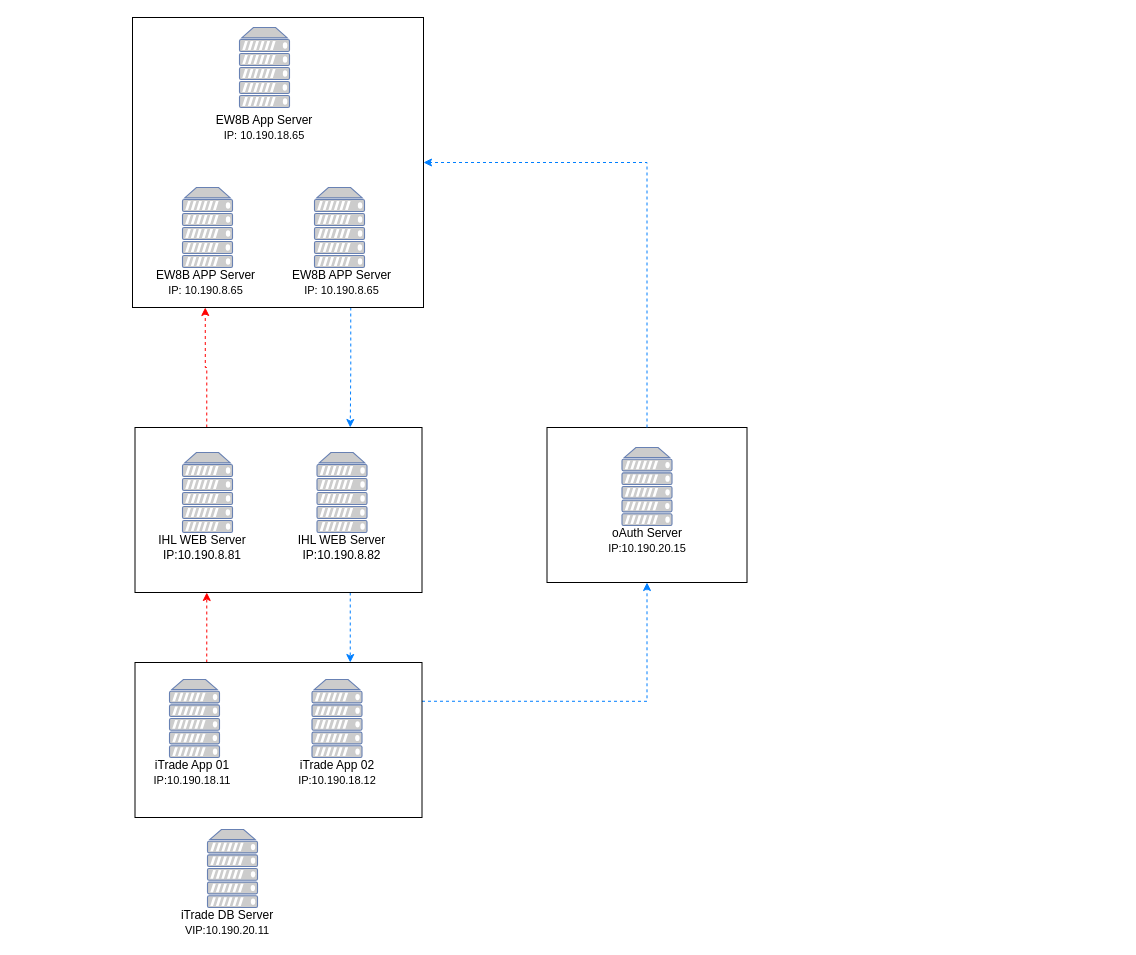
The draw.io diagram NW Diagram.drawio in myomyo/branch, before the edit. Source tidied: cells renumbered, new cells numbered last; positions are measured from the earlier drawing's top-left corner, leaving out a move shared by most shapes. Both pictures are drawn from the tidied source at 100%, with x=0, y=0 at pixel (132, 17).
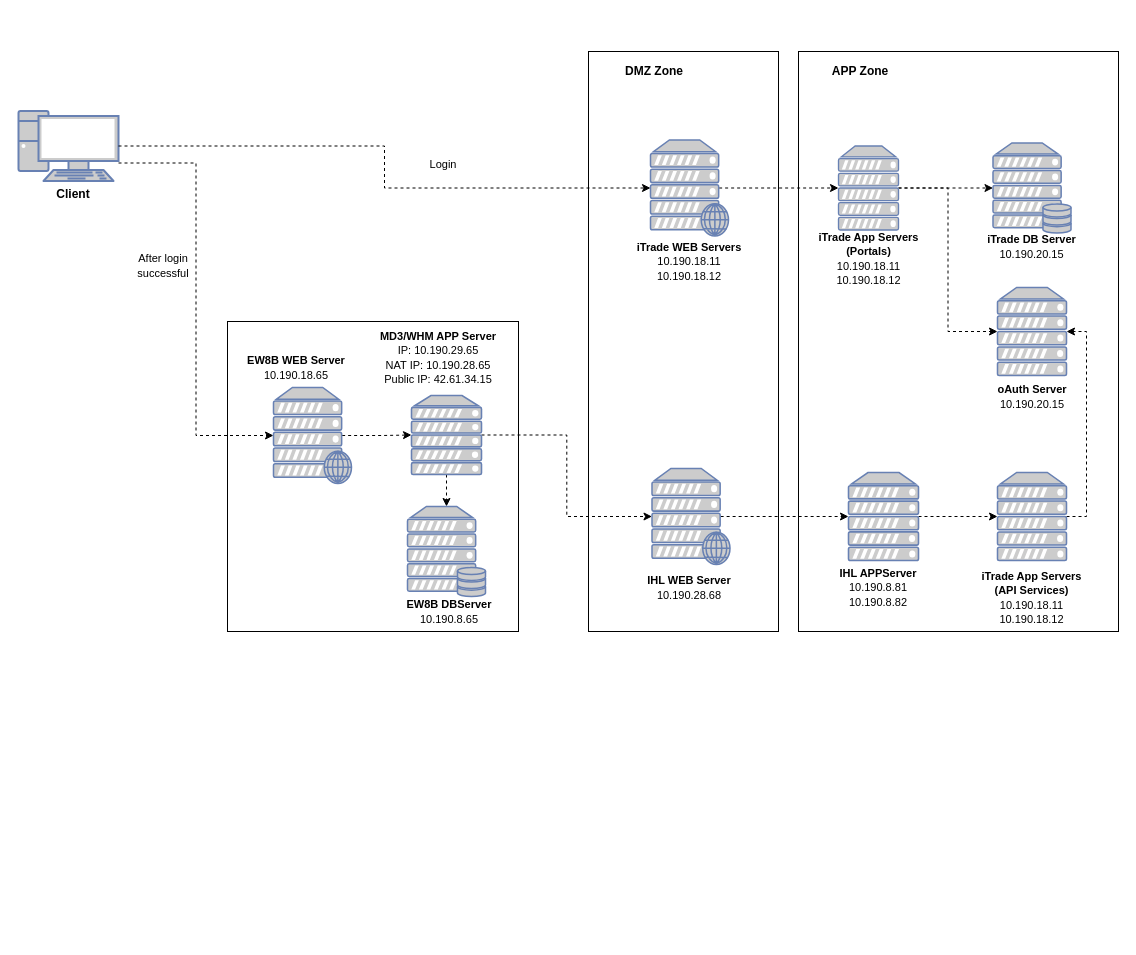
The same page after the edit.

What changed in the source:
```diff
@@
-    <mxCell id="2" style="edgeStyle=orthogonalEdgeStyle;rounded=0;jettySize=auto;html=1;exitX=0.75;exitY=1;exitDx=0;exitDy=0;entryX=0.75;entryY=0;entryDx=0;entryDy=0;dashed=1;strokeColor=#007FFF;" parent="1" edge="1" source="3" target="6">
-      <mxGeometry relative="1" as="geometry" />
-    </mxCell>
     <mxCell id="3" style="rounded=0;whiteSpace=wrap;html=1;" parent="1" vertex="1">
-      <mxGeometry width="291" height="290" as="geometry" />
+      <mxGeometry x="95" y="304" width="291" height="310" as="geometry" />
     </mxCell>
-    <mxCell id="4" style="edgeStyle=orthogonalEdgeStyle;rounded=0;jettySize=auto;html=1;exitX=0.75;exitY=1;exitDx=0;exitDy=0;strokeColor=#007FFF;dashed=1;entryX=0.75;entryY=0;entryDx=0;entryDy=0;" parent="1" edge="1" source="6" target="9">
-      <mxGeometry relative="1" as="geometry" />
-    </mxCell>
-    <mxCell id="5" style="edgeStyle=orthogonalEdgeStyle;rounded=0;jettySize=auto;html=1;exitX=0.25;exitY=0;exitDx=0;exitDy=0;entryX=0.25;entryY=1;entryDx=0;entryDy=0;dashed=1;strokeColor=#FF0000;" parent="1" edge="1" source="6" target="3">
-      <mxGeometry relative="1" as="geometry" />
-    </mxCell>
-    <mxCell id="6" style="rounded=0;whiteSpace=wrap;html=1;" parent="1" vertex="1">
-      <mxGeometry x="2.5" y="410" width="287" height="165" as="geometry" />
-    </mxCell>
-    <mxCell id="7" style="edgeStyle=orthogonalEdgeStyle;rounded=0;jettySize=auto;html=1;exitX=0.25;exitY=0;exitDx=0;exitDy=0;entryX=0.25;entryY=1;entryDx=0;entryDy=0;dashed=1;strokeColor=#FF0000;" parent="1" edge="1" source="9" target="6">
-      <mxGeometry relative="1" as="geometry" />
-    </mxCell>
-    <mxCell id="8" style="edgeStyle=orthogonalEdgeStyle;rounded=0;jettySize=auto;html=1;exitX=1;exitY=0.25;exitDx=0;exitDy=0;dashed=1;strokeColor=#007FFF;" parent="1" edge="1" source="9" target="20">
-      <mxGeometry relative="1" as="geometry" />
-    </mxCell>
-    <mxCell id="9" style="rounded=0;whiteSpace=wrap;html=1;" parent="1" vertex="1">
-      <mxGeometry x="2.5" y="645" width="287" height="155" as="geometry" />
-    </mxCell>
-    <mxCell id="10" style="fontColor=#0066CC;verticalAlign=top;verticalLabelPosition=bottom;labelPosition=center;align=center;html=1;fillColor=#CCCCCC;strokeColor=#6881B3;gradientColor=none;gradientDirection=north;strokeWidth=2;shape=mxgraph.networks.server;" parent="1" vertex="1">
-      <mxGeometry x="179.5" y="662" width="50" height="78" as="geometry" />
-    </mxCell>
-    <mxCell id="11" value="iTrade DB Server&lt;br&gt;&lt;font style=&quot;font-size: 11px&quot;&gt;VIP:10.190.20.11&lt;/font&gt;" style="text;html=1;strokeColor=none;fillColor=none;align=center;verticalAlign=middle;whiteSpace=wrap;rounded=0;" parent="1" vertex="1">
-      <mxGeometry x="39.5" y="890" width="110" height="30" as="geometry" />
-    </mxCell>
+    <mxCell id="30" style="edgeStyle=orthogonalEdgeStyle;rounded=0;jettySize=auto;html=1;exitX=1;exitY=0.743;exitDx=0;exitDy=0;entryX=0;entryY=0.5;entryDx=0;entryDy=0;entryPerimeter=0;dashed=1;strokeColor=#000000;exitPerimeter=0;" parent="1" edge="1" source="55" target="50">
+      <mxGeometry relative="1" as="geometry" />
+    </mxCell>
+    <mxCell id="31" style="rounded=0;whiteSpace=wrap;html=1;" parent="1" vertex="1">
+      <mxGeometry x="666" y="34" width="320" height="580" as="geometry" />
+    </mxCell>
-    <mxCell id="12" value="iTrade App 01&lt;br&gt;&lt;font style=&quot;font-size: 11px&quot;&gt;IP:10.190.18.11&lt;/font&gt;" style="text;html=1;strokeColor=none;fillColor=none;align=center;verticalAlign=middle;whiteSpace=wrap;rounded=0;" parent="1" vertex="1">
-      <mxGeometry x="14.5" y="740" width="90" height="29" as="geometry" />
+    <mxCell id="12" value="&lt;font style=&quot;font-size: 11px&quot;&gt;&lt;b&gt;iTrade App Servers (Portals)&lt;/b&gt;&lt;/font&gt;&lt;br&gt;&lt;font style=&quot;font-size: 11px&quot;&gt;10.190.18.11&lt;br&gt;10.190.18.12&lt;br&gt;&lt;/font&gt;" style="text;html=1;strokeColor=none;fillColor=none;align=center;verticalAlign=middle;whiteSpace=wrap;rounded=0;" parent="1" vertex="1">
+      <mxGeometry x="683.5" y="214" width="105" height="54" as="geometry" />
     </mxCell>
-    <mxCell id="13" style="fontColor=#0066CC;verticalAlign=top;verticalLabelPosition=bottom;labelPosition=center;align=center;html=1;fillColor=#CCCCCC;strokeColor=#6881B3;gradientColor=none;gradientDirection=north;strokeWidth=2;shape=mxgraph.networks.server;" parent="1" vertex="1">
-      <mxGeometry x="50" y="435" width="50" height="80" as="geometry" />
-    </mxCell>
-    <mxCell id="14" value="IHL WEB Server&lt;br&gt;IP:10.190.8.81" style="text;html=1;strokeColor=none;fillColor=none;align=center;verticalAlign=middle;whiteSpace=wrap;rounded=0;" parent="1" vertex="1">
-      <mxGeometry x="19.5" y="515" width="100" height="30" as="geometry" />
+    <mxCell id="14" value="&lt;font style=&quot;font-size: 11px&quot;&gt;&lt;b&gt;IHL APPServer&lt;br&gt;&lt;/b&gt;&lt;/font&gt;&lt;font style=&quot;font-size: 11px&quot;&gt;10.190.8.81&lt;br&gt;10.190.8.82&lt;/font&gt;" style="text;html=1;strokeColor=none;fillColor=none;align=center;verticalAlign=middle;whiteSpace=wrap;rounded=0;" parent="1" vertex="1">
+      <mxGeometry x="696" y="547" width="100" height="45" as="geometry" />
     </mxCell>
-    <mxCell id="15" value="iTrade App 02&lt;br&gt;&lt;font style=&quot;font-size: 11px&quot;&gt;IP:10.190.18.12&lt;/font&gt;" style="text;html=1;strokeColor=none;fillColor=none;align=center;verticalAlign=middle;whiteSpace=wrap;rounded=0;" parent="1" vertex="1">
-      <mxGeometry x="159.5" y="740" width="90" height="29" as="geometry" />
-    </mxCell>
-    <mxCell id="16" value="EW8B App Server&lt;font&gt;&lt;br&gt;&lt;font style=&quot;font-size: 11px&quot;&gt;IP: 10.190.18.65&lt;/font&gt;&lt;/font&gt;" style="text;html=1;strokeColor=none;fillColor=none;align=center;verticalAlign=middle;whiteSpace=wrap;rounded=0;" parent="1" vertex="1">
-      <mxGeometry x="77" y="95" width="110" height="30" as="geometry" />
-    </mxCell>
-    <mxCell id="17" value="EW8B APP Server&lt;font&gt;&lt;br&gt;&lt;font style=&quot;font-size: 11px&quot;&gt;IP: 10.190.8.65&lt;/font&gt;&lt;/font&gt;" style="text;html=1;strokeColor=none;fillColor=none;align=center;verticalAlign=middle;whiteSpace=wrap;rounded=0;" parent="1" vertex="1">
-      <mxGeometry x="22" y="248" width="103" height="33" as="geometry" />
-    </mxCell>
-    <mxCell id="18" style="fontColor=#0066CC;verticalAlign=top;verticalLabelPosition=bottom;labelPosition=center;align=center;html=1;fillColor=#CCCCCC;strokeColor=#6881B3;gradientColor=none;gradientDirection=north;strokeWidth=2;shape=mxgraph.networks.server;" parent="1" vertex="1">
-      <mxGeometry x="37" y="662" width="50" height="78" as="geometry" />
-    </mxCell>
-    <mxCell id="19" style="fontColor=#0066CC;verticalAlign=top;verticalLabelPosition=bottom;labelPosition=center;align=center;html=1;fillColor=#CCCCCC;strokeColor=#6881B3;gradientColor=none;gradientDirection=north;strokeWidth=2;shape=mxgraph.networks.server;" parent="1" vertex="1">
-      <mxGeometry x="75" y="812" width="50" height="78" as="geometry" />
-    </mxCell>
     <mxCell id="20" style="rounded=0;whiteSpace=wrap;html=1;" parent="1" vertex="1">
-      <mxGeometry x="414.5" y="410" width="200" height="155" as="geometry" />
+      <mxGeometry x="456" y="34" width="190" height="580" as="geometry" />
     </mxCell>
-    <mxCell id="21" style="edgeStyle=orthogonalEdgeStyle;rounded=0;jettySize=auto;html=1;entryX=1;entryY=0.5;entryDx=0;entryDy=0;dashed=1;strokeColor=#007FFF;exitX=0.5;exitY=0;exitDx=0;exitDy=0;" parent="1" edge="1" source="20" target="3">
-      <mxGeometry relative="1" as="geometry" />
-    </mxCell>
     <mxCell id="22" style="fontColor=#0066CC;verticalAlign=top;verticalLabelPosition=bottom;labelPosition=center;align=center;html=1;outlineConnect=0;fillColor=#CCCCCC;strokeColor=#6881B3;gradientColor=none;gradientDirection=north;strokeWidth=2;shape=mxgraph.networks.server;" parent="1" vertex="1">
-      <mxGeometry x="489.5" y="430" width="50" height="78" as="geometry" />
+      <mxGeometry x="865" y="270" width="69" height="88" as="geometry" />
     </mxCell>
-    <mxCell id="23" value="oAuth Server&lt;br&gt;&lt;font style=&quot;font-size: 11px&quot;&gt;IP:10.190.20.15&lt;/font&gt;" style="text;html=1;strokeColor=none;fillColor=none;align=center;verticalAlign=middle;whiteSpace=wrap;rounded=0;" parent="1" vertex="1">
-      <mxGeometry x="469.5" y="508" width="90" height="29" as="geometry" />
+    <mxCell id="23" value="&lt;b style=&quot;font-size: 11px&quot;&gt;oAuth Server&lt;br&gt;&lt;/b&gt;&lt;font style=&quot;font-size: 11px&quot;&gt;10.190.20.15&lt;/font&gt;" style="text;html=1;strokeColor=none;fillColor=none;align=center;verticalAlign=middle;whiteSpace=wrap;rounded=0;" parent="1" vertex="1">
+      <mxGeometry x="854.5" y="364" width="90" height="29" as="geometry" />
     </mxCell>
-    <mxCell id="24" style="fontColor=#0066CC;verticalAlign=top;verticalLabelPosition=bottom;labelPosition=center;align=center;html=1;fillColor=#CCCCCC;strokeColor=#6881B3;gradientColor=none;gradientDirection=north;strokeWidth=2;shape=mxgraph.networks.server;" parent="1" vertex="1">
-      <mxGeometry x="184.5" y="435" width="50" height="80" as="geometry" />
-    </mxCell>
-    <mxCell id="25" value="IHL WEB Server&lt;br&gt;IP:10.190.8.82" style="text;html=1;strokeColor=none;fillColor=none;align=center;verticalAlign=middle;whiteSpace=wrap;rounded=0;" parent="1" vertex="1">
-      <mxGeometry x="157" y="515" width="105" height="30" as="geometry" />
-    </mxCell>
-    <mxCell id="26" style="fontColor=#0066CC;verticalAlign=top;verticalLabelPosition=bottom;labelPosition=center;align=center;html=1;fillColor=#CCCCCC;strokeColor=#6881B3;gradientColor=none;gradientDirection=north;strokeWidth=2;shape=mxgraph.networks.server;" parent="1" vertex="1">
-      <mxGeometry x="107" y="10" width="50" height="80" as="geometry" />
-    </mxCell>
-    <mxCell id="27" style="fontColor=#0066CC;verticalAlign=top;verticalLabelPosition=bottom;labelPosition=center;align=center;html=1;fillColor=#CCCCCC;strokeColor=#6881B3;gradientColor=none;gradientDirection=north;strokeWidth=2;shape=mxgraph.networks.server;" parent="1" vertex="1">
-      <mxGeometry x="50" y="170" width="50" height="80" as="geometry" />
-    </mxCell>
-    <mxCell id="28" style="fontColor=#0066CC;verticalAlign=top;verticalLabelPosition=bottom;labelPosition=center;align=center;html=1;fillColor=#CCCCCC;strokeColor=#6881B3;gradientColor=none;gradientDirection=north;strokeWidth=2;shape=mxgraph.networks.server;" parent="1" vertex="1">
-      <mxGeometry x="182" y="170" width="50" height="80" as="geometry" />
-    </mxCell>
-    <mxCell id="29" value="EW8B APP Server&lt;font&gt;&lt;br&gt;&lt;font style=&quot;font-size: 11px&quot;&gt;IP: 10.190.8.65&lt;/font&gt;&lt;/font&gt;" style="text;html=1;strokeColor=none;fillColor=none;align=center;verticalAlign=middle;whiteSpace=wrap;rounded=0;" parent="1" vertex="1">
-      <mxGeometry x="157" y="248" width="105" height="33" as="geometry" />
-    </mxCell>
+    <mxCell id="32" style="fontColor=#0066CC;verticalAlign=top;verticalLabelPosition=bottom;labelPosition=center;align=center;html=1;outlineConnect=0;fillColor=#CCCCCC;strokeColor=#6881B3;gradientColor=none;gradientDirection=north;strokeWidth=2;shape=mxgraph.networks.server_storage;" parent="1" vertex="1">
+      <mxGeometry x="860.5" y="125.5" width="78" height="90" as="geometry" />
+    </mxCell>
+    <mxCell id="33" style="edgeStyle=orthogonalEdgeStyle;rounded=0;jettySize=auto;html=1;exitX=0.88;exitY=0.5;exitDx=0;exitDy=0;exitPerimeter=0;dashed=1;strokeColor=#000000;" parent="1" edge="1" source="34" target="41">
+      <mxGeometry relative="1" as="geometry" />
+    </mxCell>
+    <mxCell id="34" style="fontColor=#0066CC;verticalAlign=top;verticalLabelPosition=bottom;labelPosition=center;align=center;html=1;outlineConnect=0;fillColor=#CCCCCC;strokeColor=#6881B3;gradientColor=none;gradientDirection=north;strokeWidth=2;shape=mxgraph.networks.web_server;" parent="1" vertex="1">
+      <mxGeometry x="519.5" y="451" width="78" height="96" as="geometry" />
+    </mxCell>
+    <mxCell id="35" style="edgeStyle=orthogonalEdgeStyle;rounded=0;jettySize=auto;html=1;exitX=0.88;exitY=0.5;exitDx=0;exitDy=0;exitPerimeter=0;entryX=0;entryY=0.5;entryDx=0;entryDy=0;entryPerimeter=0;dashed=1;strokeColor=#000000;" parent="1" edge="1" source="36" target="39">
+      <mxGeometry relative="1" as="geometry" />
+    </mxCell>
+    <mxCell id="36" style="fontColor=#0066CC;verticalAlign=top;verticalLabelPosition=bottom;labelPosition=center;align=center;html=1;outlineConnect=0;fillColor=#CCCCCC;strokeColor=#6881B3;gradientColor=none;gradientDirection=north;strokeWidth=2;shape=mxgraph.networks.web_server;" parent="1" vertex="1">
+      <mxGeometry x="518" y="122.5" width="78" height="96" as="geometry" />
+    </mxCell>
+    <mxCell id="37" style="edgeStyle=orthogonalEdgeStyle;rounded=0;jettySize=auto;html=1;exitX=1;exitY=0.5;exitDx=0;exitDy=0;exitPerimeter=0;entryX=0;entryY=0.5;entryDx=0;entryDy=0;entryPerimeter=0;dashed=1;strokeColor=#000000;" parent="1" edge="1" source="39" target="22">
+      <mxGeometry relative="1" as="geometry" />
+    </mxCell>
+    <mxCell id="38" style="edgeStyle=orthogonalEdgeStyle;rounded=0;jettySize=auto;html=1;exitX=1;exitY=0.5;exitDx=0;exitDy=0;exitPerimeter=0;dashed=1;strokeColor=#000000;" parent="1" edge="1" source="39" target="32">
+      <mxGeometry relative="1" as="geometry" />
+    </mxCell>
+    <mxCell id="39" style="fontColor=#0066CC;verticalAlign=top;verticalLabelPosition=bottom;labelPosition=center;align=center;html=1;outlineConnect=0;fillColor=#CCCCCC;strokeColor=#6881B3;gradientColor=none;gradientDirection=north;strokeWidth=2;shape=mxgraph.networks.server;" parent="1" vertex="1">
+      <mxGeometry x="706" y="128.5" width="60" height="84" as="geometry" />
+    </mxCell>
+    <mxCell id="40" style="edgeStyle=orthogonalEdgeStyle;rounded=0;jettySize=auto;html=1;exitX=1;exitY=0.5;exitDx=0;exitDy=0;exitPerimeter=0;dashed=1;strokeColor=#000000;" parent="1" edge="1" source="41" target="53">
+      <mxGeometry relative="1" as="geometry" />
+    </mxCell>
+    <mxCell id="41" style="fontColor=#0066CC;verticalAlign=top;verticalLabelPosition=bottom;labelPosition=center;align=center;html=1;outlineConnect=0;fillColor=#CCCCCC;strokeColor=#6881B3;gradientColor=none;gradientDirection=north;strokeWidth=2;shape=mxgraph.networks.server;" parent="1" vertex="1">
+      <mxGeometry x="716" y="455" width="70" height="88" as="geometry" />
+    </mxCell>
+    <mxCell id="42" value="&lt;b&gt;&lt;font style=&quot;font-size: 11px&quot;&gt;iTrade DB Server&lt;/font&gt;&lt;/b&gt;&lt;br&gt;&lt;font&gt;&lt;span style=&quot;font-size: 11px&quot;&gt;10.190.20.15&lt;/span&gt;&lt;br&gt;&lt;/font&gt;" style="text;html=1;strokeColor=none;fillColor=none;align=center;verticalAlign=middle;whiteSpace=wrap;rounded=0;" parent="1" vertex="1">
+      <mxGeometry x="847" y="210.5" width="105" height="37" as="geometry" />
+    </mxCell>
+    <mxCell id="43" value="&lt;font style=&quot;font-size: 11px&quot;&gt;&lt;b&gt;iTrade WEB Servers&lt;/b&gt;&lt;/font&gt;&lt;br&gt;&lt;font style=&quot;font-size: 11px&quot;&gt;10.190.18.11&lt;br&gt;10.190.18.12&lt;br&gt;&lt;/font&gt;" style="text;html=1;strokeColor=none;fillColor=none;align=center;verticalAlign=middle;whiteSpace=wrap;rounded=0;" parent="1" vertex="1">
+      <mxGeometry x="497" y="217" width="120" height="54" as="geometry" />
+    </mxCell>
+    <mxCell id="44" value="&lt;font style=&quot;font-size: 11px&quot;&gt;&lt;font style=&quot;font-size: 11px&quot;&gt;&lt;b&gt;IHL WEB Server&lt;br&gt;&lt;/b&gt;&lt;/font&gt;10.190.28.68&lt;/font&gt;" style="text;html=1;strokeColor=none;fillColor=none;align=center;verticalAlign=middle;whiteSpace=wrap;rounded=0;strokeWidth=11;" parent="1" vertex="1">
+      <mxGeometry x="507" y="547" width="100" height="45" as="geometry" />
+    </mxCell>
+    <mxCell id="45" style="edgeStyle=orthogonalEdgeStyle;rounded=0;jettySize=auto;html=1;exitX=1;exitY=0.5;exitDx=0;exitDy=0;exitPerimeter=0;entryX=0;entryY=0.5;entryDx=0;entryDy=0;entryPerimeter=0;dashed=1;strokeColor=#000000;" parent="1" edge="1" source="47" target="34">
+      <mxGeometry relative="1" as="geometry" />
+    </mxCell>
+    <mxCell id="46" style="edgeStyle=orthogonalEdgeStyle;rounded=0;jettySize=auto;html=1;exitX=0.5;exitY=1;exitDx=0;exitDy=0;exitPerimeter=0;entryX=0.5;entryY=0;entryDx=0;entryDy=0;entryPerimeter=0;dashed=1;strokeColor=#000000;" parent="1" edge="1" source="47" target="61">
+      <mxGeometry relative="1" as="geometry" />
+    </mxCell>
+    <mxCell id="47" style="fontColor=#0066CC;verticalAlign=top;verticalLabelPosition=bottom;labelPosition=center;align=center;html=1;outlineConnect=0;fillColor=#CCCCCC;strokeColor=#6881B3;gradientColor=none;gradientDirection=north;strokeWidth=2;shape=mxgraph.networks.server;" parent="1" vertex="1">
+      <mxGeometry x="279" y="378" width="70" height="79" as="geometry" />
+    </mxCell>
+    <mxCell id="48" value="&lt;b style=&quot;font-size: 11px&quot;&gt;&lt;font style=&quot;font-size: 11px&quot;&gt;MD3/WHM APP Server&lt;/font&gt;&lt;/b&gt;&lt;font style=&quot;font-size: 11px&quot;&gt;&lt;b&gt;&lt;font style=&quot;font-size: 11px&quot;&gt;&lt;br&gt;&lt;/font&gt;&lt;/b&gt;&lt;font style=&quot;font-size: 11px&quot;&gt;IP: 10.190.29.65&lt;br&gt;NAT IP: 10.190.28.65&lt;br&gt;Public IP: 42.61.34.15&lt;br&gt;&lt;/font&gt;&lt;/font&gt;" style="text;html=1;strokeColor=none;fillColor=none;align=center;verticalAlign=middle;whiteSpace=wrap;rounded=0;" parent="1" vertex="1">
+      <mxGeometry x="240.5" y="308" width="130" height="63" as="geometry" />
+    </mxCell>
+    <mxCell id="49" style="edgeStyle=orthogonalEdgeStyle;rounded=0;jettySize=auto;html=1;exitX=0.88;exitY=0.5;exitDx=0;exitDy=0;exitPerimeter=0;entryX=0;entryY=0.5;entryDx=0;entryDy=0;entryPerimeter=0;dashed=1;strokeColor=#000000;" parent="1" edge="1" source="50" target="47">
+      <mxGeometry relative="1" as="geometry" />
+    </mxCell>
+    <mxCell id="50" style="fontColor=#0066CC;verticalAlign=top;verticalLabelPosition=bottom;labelPosition=center;align=center;html=1;outlineConnect=0;fillColor=#CCCCCC;strokeColor=#6881B3;gradientColor=none;gradientDirection=north;strokeWidth=2;shape=mxgraph.networks.web_server;" parent="1" vertex="1">
+      <mxGeometry x="141" y="370" width="78" height="96" as="geometry" />
+    </mxCell>
+    <mxCell id="51" value="&lt;b style=&quot;font-size: 11px&quot;&gt;&lt;font style=&quot;font-size: 11px&quot;&gt;EW8B WEB Server&lt;/font&gt;&lt;/b&gt;&lt;font style=&quot;font-size: 11px&quot;&gt;&lt;b&gt;&lt;font style=&quot;font-size: 11px&quot;&gt;&lt;br&gt;&lt;/font&gt;&lt;/b&gt;&lt;font style=&quot;font-size: 11px&quot;&gt;10.190.18.65&lt;/font&gt;&lt;/font&gt;" style="text;html=1;strokeColor=none;fillColor=none;align=center;verticalAlign=middle;whiteSpace=wrap;rounded=0;" parent="1" vertex="1">
+      <mxGeometry x="109" y="329" width="110" height="42" as="geometry" />
+    </mxCell>
+    <mxCell id="52" style="edgeStyle=orthogonalEdgeStyle;rounded=0;jettySize=auto;html=1;exitX=1;exitY=0.5;exitDx=0;exitDy=0;exitPerimeter=0;entryX=1;entryY=0.5;entryDx=0;entryDy=0;entryPerimeter=0;dashed=1;strokeColor=#000000;" parent="1" edge="1" source="53" target="22">
+      <mxGeometry relative="1" as="geometry" />
+    </mxCell>
+    <mxCell id="53" style="fontColor=#0066CC;verticalAlign=top;verticalLabelPosition=bottom;labelPosition=center;align=center;html=1;outlineConnect=0;fillColor=#CCCCCC;strokeColor=#6881B3;gradientColor=none;gradientDirection=north;strokeWidth=2;shape=mxgraph.networks.server;" parent="1" vertex="1">
+      <mxGeometry x="865" y="455" width="69" height="88" as="geometry" />
+    </mxCell>
+    <mxCell id="54" value="&lt;font style=&quot;font-size: 11px&quot;&gt;&lt;b&gt;iTrade App Servers (API Services)&lt;/b&gt;&lt;/font&gt;&lt;br&gt;&lt;font style=&quot;font-size: 11px&quot;&gt;10.190.18.11&lt;br&gt;10.190.18.12&lt;br&gt;&lt;/font&gt;" style="text;html=1;strokeColor=none;fillColor=none;align=center;verticalAlign=middle;whiteSpace=wrap;rounded=0;" parent="1" vertex="1">
+      <mxGeometry x="847" y="553" width="105" height="54" as="geometry" />
+    </mxCell>
+    <mxCell id="55" style="fontColor=#0066CC;verticalAlign=top;verticalLabelPosition=bottom;labelPosition=center;align=center;html=1;outlineConnect=0;fillColor=#CCCCCC;strokeColor=#6881B3;gradientColor=none;gradientDirection=north;strokeWidth=2;shape=mxgraph.networks.pc;" parent="1" vertex="1">
+      <mxGeometry x="-114" y="93.5" width="100" height="70" as="geometry" />
+    </mxCell>
+    <mxCell id="56" value="&lt;font style=&quot;font-size: 11px&quot;&gt;&lt;b&gt;EW8B DBServer&lt;/b&gt;&lt;/font&gt;&lt;font style=&quot;font-size: 11px&quot;&gt;&lt;font style=&quot;font-size: 11px&quot;&gt;&lt;b&gt;&lt;br&gt;&lt;/b&gt;&lt;/font&gt;&lt;font style=&quot;font-size: 11px&quot;&gt;10.190.8.65&lt;/font&gt;&lt;/font&gt;" style="text;html=1;strokeColor=none;fillColor=none;align=center;verticalAlign=middle;whiteSpace=wrap;rounded=0;" parent="1" vertex="1">
+      <mxGeometry x="262" y="579" width="110" height="30" as="geometry" />
+    </mxCell>
+    <mxCell id="57" value="&lt;font style=&quot;font-size: 12px&quot;&gt;&lt;b&gt;Client&lt;/b&gt;&lt;/font&gt;" style="text;html=1;strokeColor=none;fillColor=none;align=center;verticalAlign=middle;whiteSpace=wrap;rounded=0;" parent="1" vertex="1">
+      <mxGeometry x="-114" y="163.5" width="110" height="27" as="geometry" />
+    </mxCell>
+    <mxCell id="58" style="edgeStyle=orthogonalEdgeStyle;rounded=0;jettySize=auto;html=1;entryX=0;entryY=0.5;entryDx=0;entryDy=0;entryPerimeter=0;dashed=1;strokeColor=#000000;" parent="1" edge="1" source="55" target="36">
+      <mxGeometry relative="1" as="geometry" />
+    </mxCell>
+    <mxCell id="59" value="&lt;font style=&quot;font-size: 11px&quot;&gt;After login successful&lt;/font&gt;" style="text;html=1;strokeColor=none;fillColor=none;align=center;verticalAlign=middle;whiteSpace=wrap;rounded=0;" parent="1" vertex="1">
+      <mxGeometry x="6" y="228" width="50" height="40" as="geometry" />
+    </mxCell>
+    <mxCell id="60" value="&lt;font style=&quot;font-size: 11px&quot;&gt;Login&lt;/font&gt;" style="text;html=1;strokeColor=none;fillColor=none;align=center;verticalAlign=middle;whiteSpace=wrap;rounded=0;" parent="1" vertex="1">
+      <mxGeometry x="286" y="130.5" width="50" height="33" as="geometry" />
+    </mxCell>
+    <mxCell id="61" style="fontColor=#0066CC;verticalAlign=top;verticalLabelPosition=bottom;labelPosition=center;align=center;html=1;outlineConnect=0;fillColor=#CCCCCC;strokeColor=#6881B3;gradientColor=none;gradientDirection=north;strokeWidth=2;shape=mxgraph.networks.server_storage;" parent="1" vertex="1">
+      <mxGeometry x="275" y="489" width="78" height="90" as="geometry" />
+    </mxCell>
+    <mxCell id="62" value="&lt;b&gt;DMZ Zone&lt;/b&gt;" style="text;html=1;strokeColor=none;fillColor=none;align=center;verticalAlign=middle;whiteSpace=wrap;rounded=0;" parent="1" vertex="1">
+      <mxGeometry x="478" y="44" width="88" height="20" as="geometry" />
+    </mxCell>
+    <mxCell id="63" value="&lt;b&gt;APP Zone&lt;/b&gt;" style="text;html=1;strokeColor=none;fillColor=none;align=center;verticalAlign=middle;whiteSpace=wrap;rounded=0;" parent="1" vertex="1">
+      <mxGeometry x="683.5" y="44" width="88" height="20" as="geometry" />
+    </mxCell>
```
